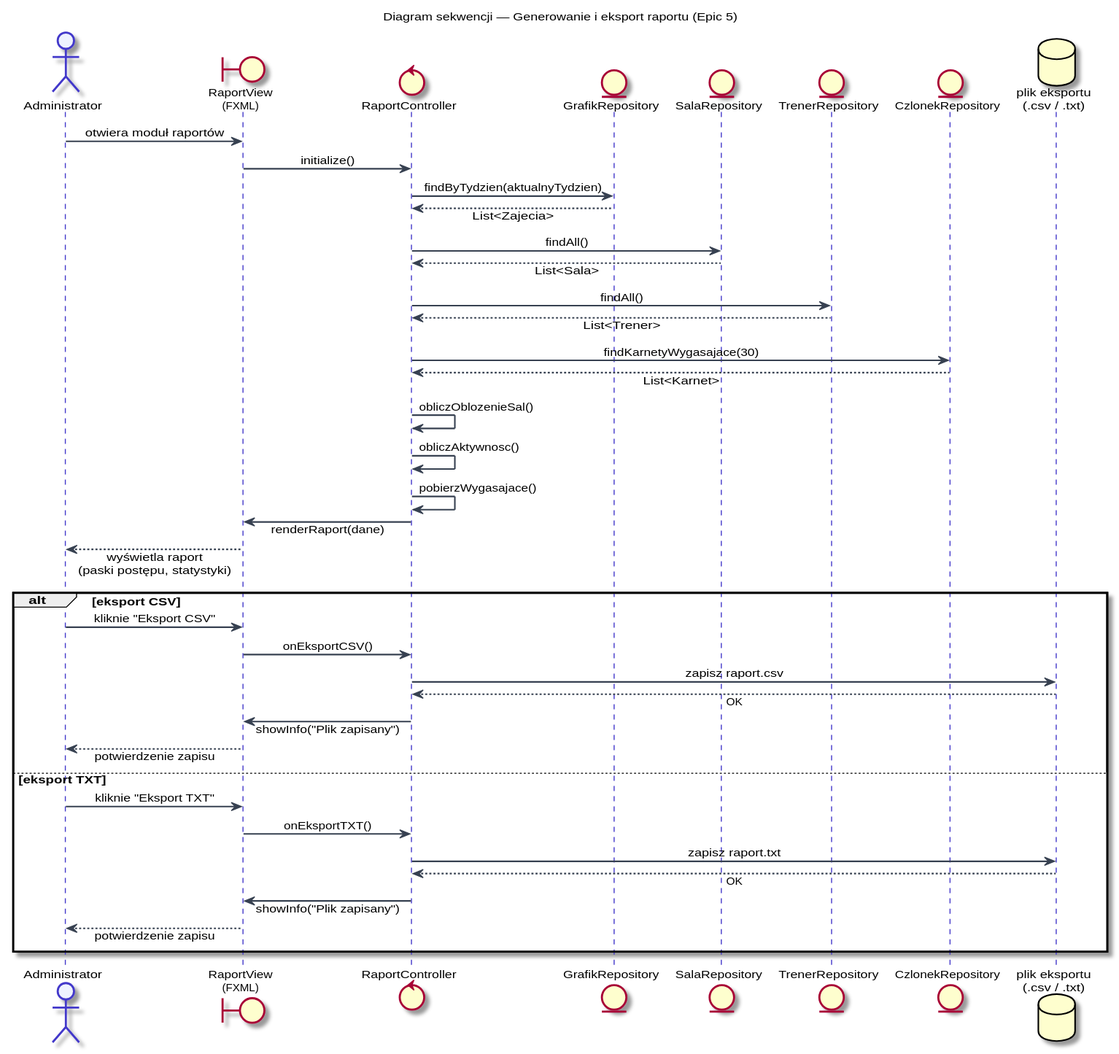
Before: docs/SD_GenerujRaport.svg, a diagram exported from PlantUML (SliceOf314159/salFit). Its diagram source:
```plantuml
@startuml SD_GenerujRaport
title Diagram sekwencji — Generowanie i eksport raportu (Epic 5)

skinparam defaultFontName Arial
skinparam defaultFontSize 11
skinparam sequenceMessageAlign center
skinparam responseMessageBelowArrow true

skinparam participant {
  BackgroundColor #EEF2FF
  BorderColor #4338CA
  FontColor #1a1f3c
}
skinparam actor {
  BackgroundColor #EEF2FF
  BorderColor #4338CA
}
skinparam sequence {
  ArrowColor #374151
  ArrowThickness 1.5
  LifeLineBorderColor #4338CA
  LifeLineBackgroundColor #E0E7FF
  DividerBackgroundColor #F0FDF4
  DividerBorderColor #16A34A
}
skinparam note {
  BackgroundColor #FEF9C3
  BorderColor #CA8A04
}

actor Administrator
boundary "RaportView\n(FXML)" as View
control "RaportController" as Controller
entity "GrafikRepository" as GrafikRepo
entity "SalaRepository" as SalaRepo
entity "TrenerRepository" as TrenerRepo
entity "CzlonekRepository" as CzlonekRepo
database "plik eksportu\n(.csv / .txt)" as ExportFile

Administrator -> View       : otwiera moduł raportów
View          -> Controller : initialize()

Controller    -> GrafikRepo   : findByTydzien(aktualnyTydzien)
GrafikRepo    --> Controller  : List<Zajecia>
Controller    -> SalaRepo     : findAll()
SalaRepo      --> Controller  : List<Sala>
Controller    -> TrenerRepo   : findAll()
TrenerRepo    --> Controller  : List<Trener>
Controller    -> CzlonekRepo  : findKarnetyWygasajace(30)
CzlonekRepo   --> Controller  : List<Karnet>

Controller    -> Controller   : obliczOblozenieSal()
Controller    -> Controller   : obliczAktywnosc()
Controller    -> Controller   : pobierzWygasajace()
Controller    -> View         : renderRaport(dane)
View          --> Administrator : wyświetla raport\n(paski postępu, statystyki)

alt eksport CSV
  Administrator -> View      : kliknie "Eksport CSV"
  View          -> Controller : onEksportCSV()
  Controller    -> ExportFile : zapisz raport.csv
  ExportFile    --> Controller : OK
  Controller    -> View       : showInfo("Plik zapisany")
  View          --> Administrator : potwierdzenie zapisu
else eksport TXT
  Administrator -> View      : kliknie "Eksport TXT"
  View          -> Controller : onEksportTXT()
  Controller    -> ExportFile : zapisz raport.txt
  ExportFile    --> Controller : OK
  Controller    -> View       : showInfo("Plik zapisany")
  View          --> Administrator : potwierdzenie zapisu
end

@enduml
```
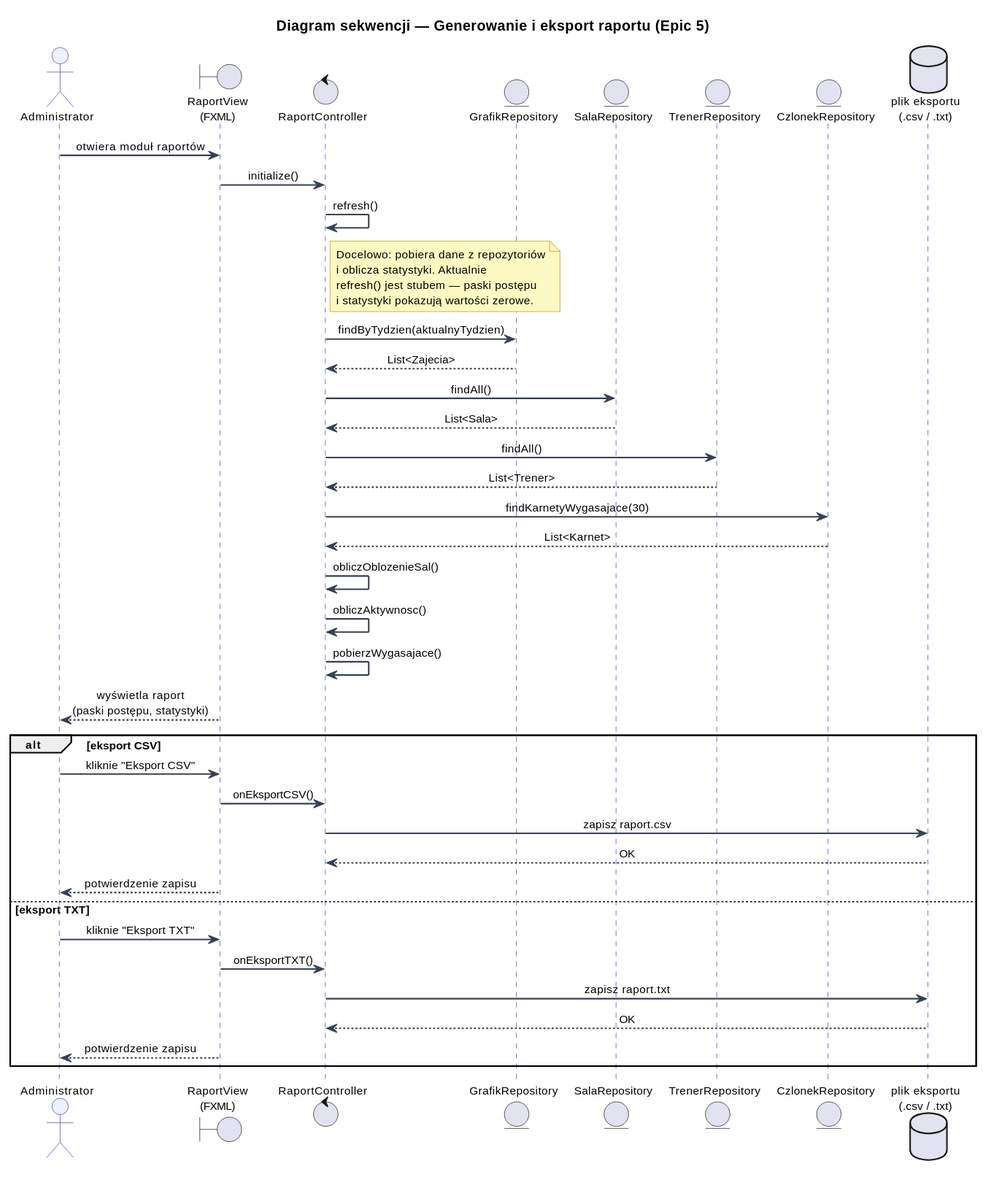
After the change.

Diff of the diagram source:
```diff
@@ -1,4 +1,4 @@
-@startuml SD_GenerujRaport
+@startuml
 title Diagram sekwencji — Generowanie i eksport raportu (Epic 5)
 
 skinparam defaultFontName Arial
@@ -39,6 +39,14 @@
 
 Administrator -> View       : otwiera moduł raportów
 View          -> Controller : initialize()
+Controller    -> Controller : refresh()
+
+note right of Controller
+  Docelowo: pobiera dane z repozytoriów
+  i oblicza statystyki. Aktualnie
+  refresh() jest stubem — paski postępu
+  i statystyki pokazują wartości zerowe.
+end note
 
 Controller    -> GrafikRepo   : findByTydzien(aktualnyTydzien)
 GrafikRepo    --> Controller  : List<Zajecia>
@@ -48,11 +56,9 @@
 TrenerRepo    --> Controller  : List<Trener>
 Controller    -> CzlonekRepo  : findKarnetyWygasajace(30)
 CzlonekRepo   --> Controller  : List<Karnet>
-
 Controller    -> Controller   : obliczOblozenieSal()
 Controller    -> Controller   : obliczAktywnosc()
 Controller    -> Controller   : pobierzWygasajace()
-Controller    -> View         : renderRaport(dane)
 View          --> Administrator : wyświetla raport\n(paski postępu, statystyki)
 
 alt eksport CSV
@@ -60,15 +66,12 @@
   View          -> Controller : onEksportCSV()
   Controller    -> ExportFile : zapisz raport.csv
   ExportFile    --> Controller : OK
-  Controller    -> View       : showInfo("Plik zapisany")
   View          --> Administrator : potwierdzenie zapisu
 else eksport TXT
   Administrator -> View      : kliknie "Eksport TXT"
   View          -> Controller : onEksportTXT()
   Controller    -> ExportFile : zapisz raport.txt
   ExportFile    --> Controller : OK
-  Controller    -> View       : showInfo("Plik zapisany")
   View          --> Administrator : potwierdzenie zapisu
 end
-
 @enduml
```
